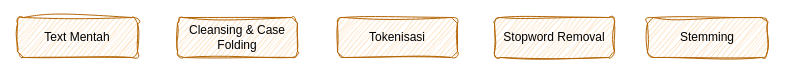
This is text-processing.drawio from fdhliakbar/IR-Lab, a draw.io file, before an edit. Source tidied: cells renumbered, new cells numbered last; positions are measured from the earlier drawing's top-left corner, leaving out a move shared by most shapes. Both pictures are drawn from the tidied source at 100%, with x=0, y=0 at pixel (17, 17).
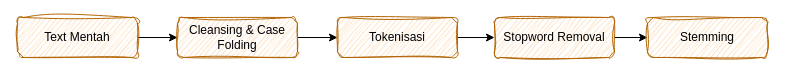
Above is the later version.

The edit, as a diff of the source:
```diff
@@
 <mxGraphModel>
   <root>
     <mxCell id="0" />
     <mxCell id="1" parent="0" />
+    <mxCell id="7" style="edgeStyle=orthogonalEdgeStyle;rounded=0;jettySize=auto;html=1;" parent="1" edge="1" source="2" target="3">
+      <mxGeometry relative="1" as="geometry" />
+    </mxCell>
     <mxCell id="2" value="Text Mentah" style="rounded=1;whiteSpace=wrap;html=1;fontSize=12;glass=0;strokeWidth=1;shadow=0;fillStyle=auto;sketch=1;curveFitting=1;jiggle=2;fillColor=#fad7ac;strokeColor=#b46504;" parent="1" vertex="1">
       <mxGeometry width="120" height="40" as="geometry" />
     </mxCell>
+    <mxCell id="8" style="edgeStyle=orthogonalEdgeStyle;rounded=0;jettySize=auto;html=1;entryX=0;entryY=0.5;entryDx=0;entryDy=0;" parent="1" edge="1" source="3" target="4">
+      <mxGeometry relative="1" as="geometry" />
+    </mxCell>
     <mxCell id="3" value="Cleansing &amp;amp; Case Folding" style="rounded=1;whiteSpace=wrap;html=1;fontSize=12;glass=0;strokeWidth=1;shadow=0;fillStyle=auto;sketch=1;curveFitting=1;jiggle=2;fillColor=#fad7ac;strokeColor=#b46504;" parent="1" vertex="1">
       <mxGeometry x="160" width="120" height="40" as="geometry" />
     </mxCell>
+    <mxCell id="9" style="edgeStyle=orthogonalEdgeStyle;rounded=0;jettySize=auto;html=1;" parent="1" edge="1" source="4" target="5">
+      <mxGeometry relative="1" as="geometry" />
+    </mxCell>
     <mxCell id="4" value="Tokenisasi" style="rounded=1;whiteSpace=wrap;html=1;fontSize=12;glass=0;strokeWidth=1;shadow=0;fillStyle=auto;sketch=1;curveFitting=1;jiggle=2;fillColor=#fad7ac;strokeColor=#b46504;" parent="1" vertex="1">
       <mxGeometry x="320" width="120" height="40" as="geometry" />
     </mxCell>
+    <mxCell id="10" style="edgeStyle=orthogonalEdgeStyle;rounded=0;jettySize=auto;html=1;" parent="1" edge="1" source="5" target="6">
+      <mxGeometry relative="1" as="geometry" />
+    </mxCell>
     <mxCell id="5" value="Stopword Removal" style="rounded=1;whiteSpace=wrap;html=1;fontSize=12;glass=0;strokeWidth=1;shadow=0;fillStyle=auto;sketch=1;curveFitting=1;jiggle=2;fillColor=#fad7ac;strokeColor=#b46504;" parent="1" vertex="1">
       <mxGeometry x="477" width="120" height="40" as="geometry" />
     </mxCell>
     <mxCell id="6" value="Stemming" style="rounded=1;whiteSpace=wrap;html=1;fontSize=12;glass=0;strokeWidth=1;shadow=0;fillStyle=auto;sketch=1;curveFitting=1;jiggle=2;fillColor=#fad7ac;strokeColor=#b46504;" parent="1" vertex="1">
       <mxGeometry x="630" width="120" height="40" as="geometry" />
     </mxCell>
   </root>
 </mxGraphModel>
```
